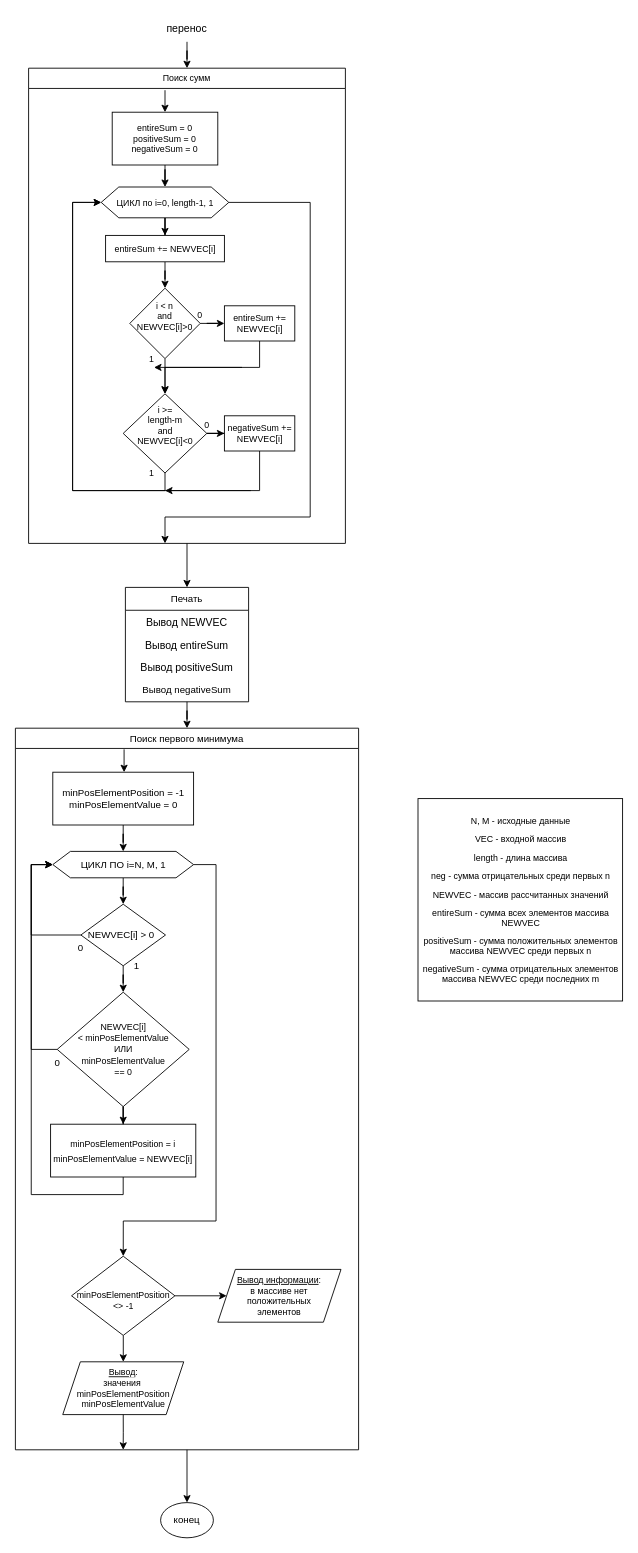
This is page "Страница 2" (2 of 2) of lr3/text/диаграмма.drawio from eldarbr/silver-funicular, a draw.io file, before an edit. Source tidied: cells renumbered, new cells numbered last; positions are measured from the earlier drawing's top-left corner, leaving out a move shared by most shapes. Both pictures are drawn from the tidied source at 88%, with x=0, y=0 at pixel (15, 15).
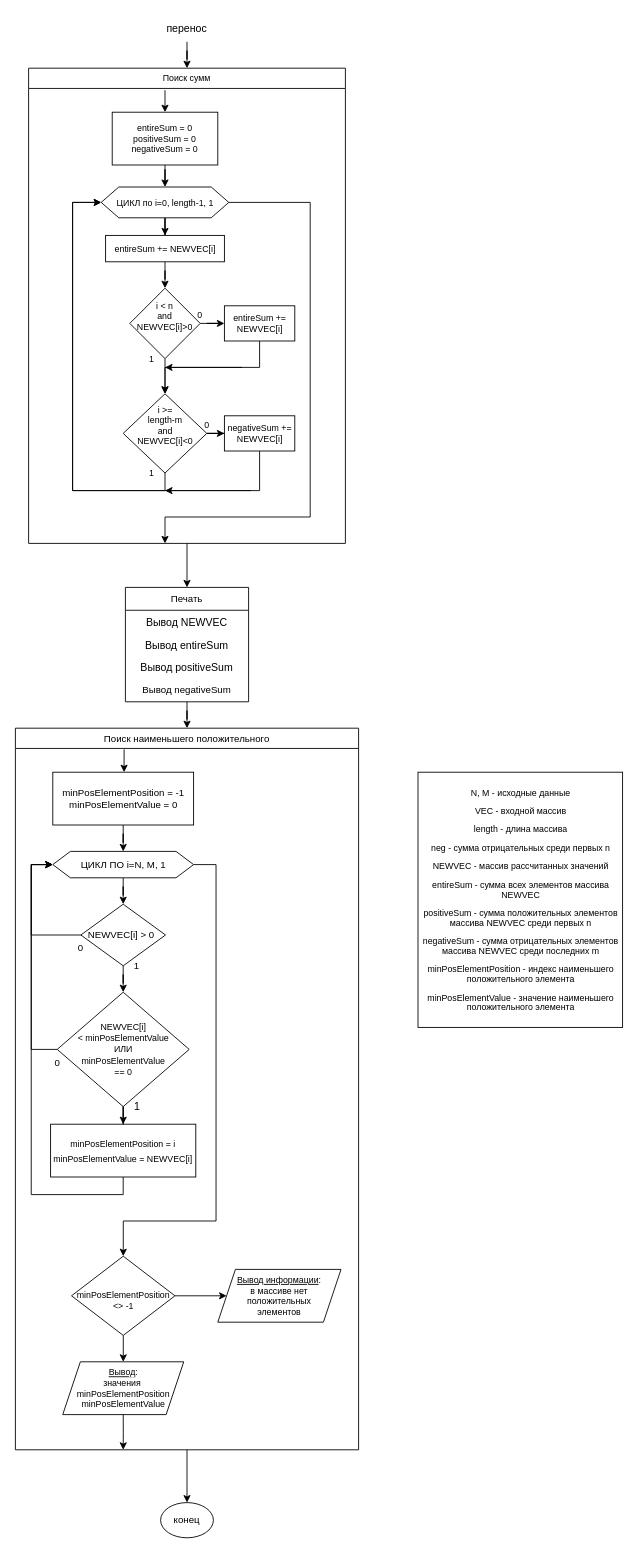
Above is the later version.

Diff of the diagram source:
```diff
@@
-    <mxCell id="9" value="Поиск первого минимума" style="swimlane;fontSize=11;align=center;fontStyle=0;" parent="1" vertex="1">
+    <mxCell id="9" value="Поиск наименьшего положительного" style="swimlane;fontSize=11;align=center;fontStyle=0;" parent="1" vertex="1">
       <mxGeometry y="810" width="390" height="820" as="geometry" />
     </mxCell>
@@
+    <mxCell id="62" value="1" style="text;html=1;align=center;verticalAlign=middle;strokeColor=none;fillColor=none;" parent="9" vertex="1">
+      <mxGeometry x="127.5" y="420" width="20" height="20" as="geometry" />
+    </mxCell>
@@
-    <mxCell id="32" value="&lt;p style=&quot;line-height: 110%&quot;&gt;N, M - исходные данные&lt;/p&gt;&lt;p style=&quot;line-height: 110%&quot;&gt;&lt;span&gt;VEC - входной массив&lt;/span&gt;&lt;/p&gt;&lt;p style=&quot;line-height: 110%&quot;&gt;length - длина массива&lt;/p&gt;&lt;p style=&quot;line-height: 110%&quot;&gt;neg - сумма отрицательных среди первых n&lt;/p&gt;&lt;p style=&quot;line-height: 110%&quot;&gt;NEWVEC - массив рассчитанных значений&lt;/p&gt;&lt;p style=&quot;line-height: 110%&quot;&gt;entireSum - сумма всех элементов массива NEWVEC&lt;/p&gt;&lt;p style=&quot;line-height: 110%&quot;&gt;positiveSum - сумма положительных элементов массива NEWVEC среди первых n&lt;/p&gt;&lt;p style=&quot;line-height: 110%&quot;&gt;negativeSum - сумма отрицательных элементов массива NEWVEC среди последних m&lt;/p&gt;" style="rounded=0;whiteSpace=wrap;html=1;fontSize=10;align=center;" parent="1" vertex="1">
-      <mxGeometry x="457.5" y="890" width="232.5" height="230" as="geometry" />
+    <mxCell id="32" value="&lt;p style=&quot;line-height: 110%&quot;&gt;N, M - исходные данные&lt;/p&gt;&lt;p style=&quot;line-height: 110%&quot;&gt;&lt;span&gt;VEC - входной массив&lt;/span&gt;&lt;/p&gt;&lt;p style=&quot;line-height: 110%&quot;&gt;length - длина массива&lt;/p&gt;&lt;p style=&quot;line-height: 110%&quot;&gt;neg - сумма отрицательных среди первых n&lt;/p&gt;&lt;p style=&quot;line-height: 110%&quot;&gt;NEWVEC - массив рассчитанных значений&lt;/p&gt;&lt;p style=&quot;line-height: 110%&quot;&gt;entireSum - сумма всех элементов массива NEWVEC&lt;/p&gt;&lt;p style=&quot;line-height: 110%&quot;&gt;positiveSum - сумма положительных элементов массива NEWVEC среди первых n&lt;/p&gt;&lt;p style=&quot;line-height: 110%&quot;&gt;negativeSum - сумма отрицательных элементов массива NEWVEC среди последних m&lt;/p&gt;&lt;p style=&quot;line-height: 110%&quot;&gt;minPosElementPosition - индекс наименьшего положительного элемента&lt;/p&gt;&lt;p style=&quot;line-height: 110%&quot;&gt;minPosElementValue - значение наименьшего положительного элемента&lt;/p&gt;" style="rounded=0;whiteSpace=wrap;html=1;fontSize=10;align=center;" parent="1" vertex="1">
+      <mxGeometry x="457.5" y="860" width="232.5" height="290" as="geometry" />
     </mxCell>
@@
     <mxCell id="58" style="endArrow=classic;html=1;fontSize=10;" parent="1" edge="1">
       <mxGeometry relative="1" as="geometry">
         <mxPoint x="257.5" y="400" as="sourcePoint" />
-        <mxPoint x="157.5" y="400" as="targetPoint" />
+        <mxPoint x="170" y="400" as="targetPoint" />
       </mxGeometry>
     </mxCell>
```
